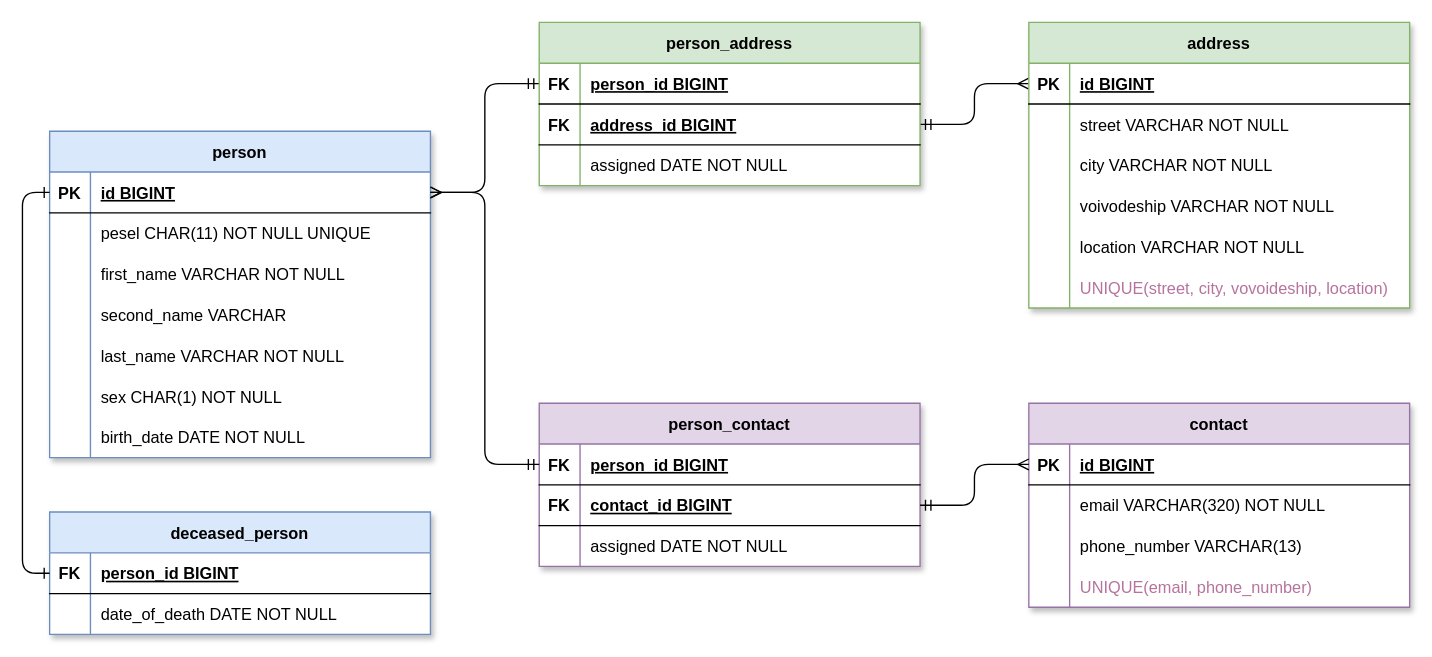
This is database/diagrams/fakers_db.drawio from bkosm/fakers, a draw.io file, before an edit. Source tidied: cells renumbered, new cells numbered last; positions are measured from the earlier drawing's top-left corner, leaving out a move shared by most shapes. Both pictures are drawn from the tidied source at 136%, with x=0, y=0 at pixel (49, 22).
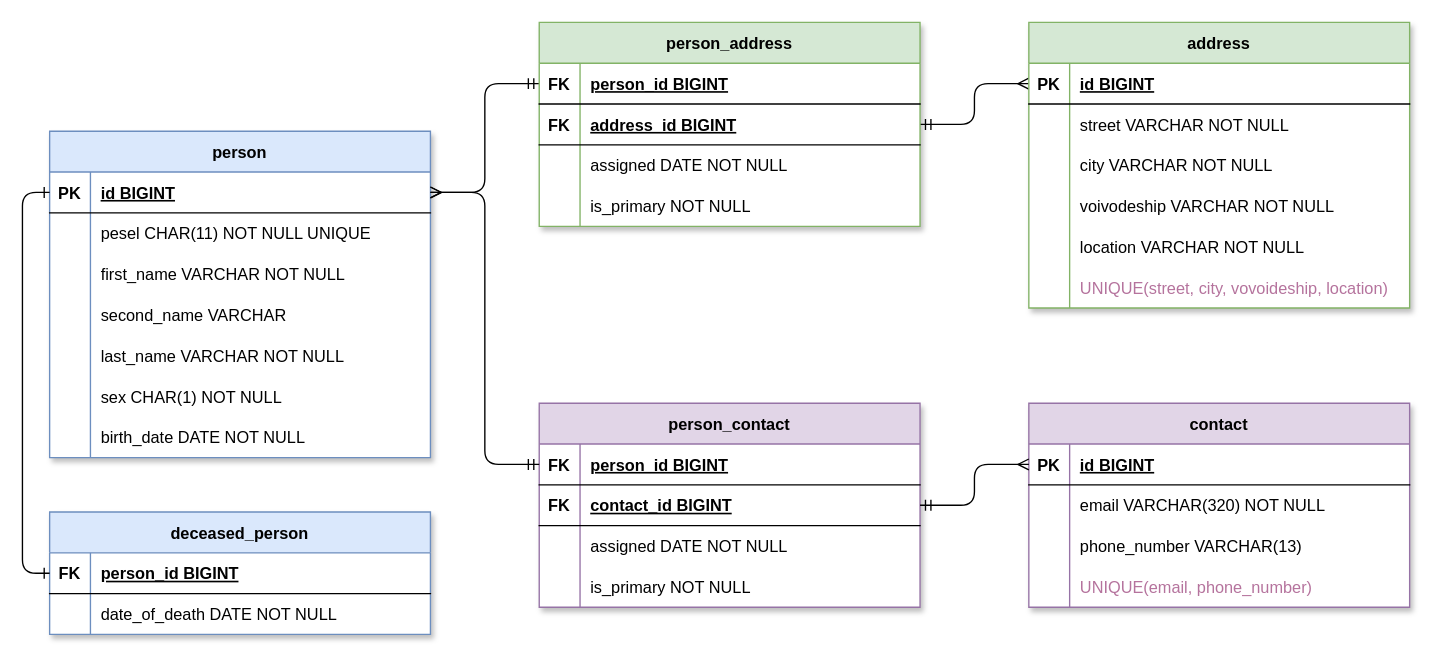
After the change.

Change to the diagram source:
```diff
@@
     <mxCell id="24" value="person_contact" style="shape=table;startSize=30;childLayout=tableLayout;rowLines=0;fontStyle=1;align=center;fillColor=#e1d5e7;strokeColor=#9673a6;swimlaneFillColor=#ffffff;shadow=1;" parent="1" vertex="1">
-      <mxGeometry x="360" y="280" width="280" height="120" as="geometry" />
+      <mxGeometry x="360" y="280" width="280" height="150" as="geometry" />
     </mxCell>
@@
+    <mxCell id="88" style="shape=partialRectangle;fillColor=none;top=0;left=0;right=0;bottom=1;strokeColor=none;" parent="24" vertex="1">
+      <mxGeometry y="120" width="280" height="30" as="geometry" />
+    </mxCell>
+    <mxCell id="89" style="shape=partialRectangle;overflow=hidden;fillColor=none;top=0;left=0;bottom=0;right=0;fontStyle=1;" parent="88" vertex="1">
+      <mxGeometry width="30" height="30" as="geometry" />
+    </mxCell>
+    <mxCell id="90" value="is_primary NOT NULL" style="shape=partialRectangle;overflow=hidden;fillColor=none;top=0;left=0;bottom=0;right=0;align=left;spacingLeft=6;fontStyle=0;" parent="88" vertex="1">
+      <mxGeometry x="30" width="250" height="30" as="geometry" />
+    </mxCell>
@@
     <mxCell id="59" value="person_address" style="shape=table;startSize=30;childLayout=tableLayout;rowLines=0;fontStyle=1;align=center;fillColor=#d5e8d4;strokeColor=#82b366;swimlaneFillColor=#ffffff;shadow=1;" parent="1" vertex="1">
-      <mxGeometry x="360" width="280" height="120" as="geometry" />
+      <mxGeometry x="360" width="280" height="150" as="geometry" />
     </mxCell>
@@
+    <mxCell id="91" style="shape=partialRectangle;fillColor=none;top=0;left=0;right=0;bottom=1;strokeColor=none;" parent="59" vertex="1">
+      <mxGeometry y="120" width="280" height="30" as="geometry" />
+    </mxCell>
+    <mxCell id="92" style="shape=partialRectangle;overflow=hidden;fillColor=none;top=0;left=0;bottom=0;right=0;fontStyle=1;" parent="91" vertex="1">
+      <mxGeometry width="30" height="30" as="geometry" />
+    </mxCell>
+    <mxCell id="93" value="is_primary NOT NULL" style="shape=partialRectangle;overflow=hidden;fillColor=none;top=0;left=0;bottom=0;right=0;align=left;spacingLeft=6;fontStyle=0;" parent="91" vertex="1">
+      <mxGeometry x="30" width="250" height="30" as="geometry" />
+    </mxCell>
```
